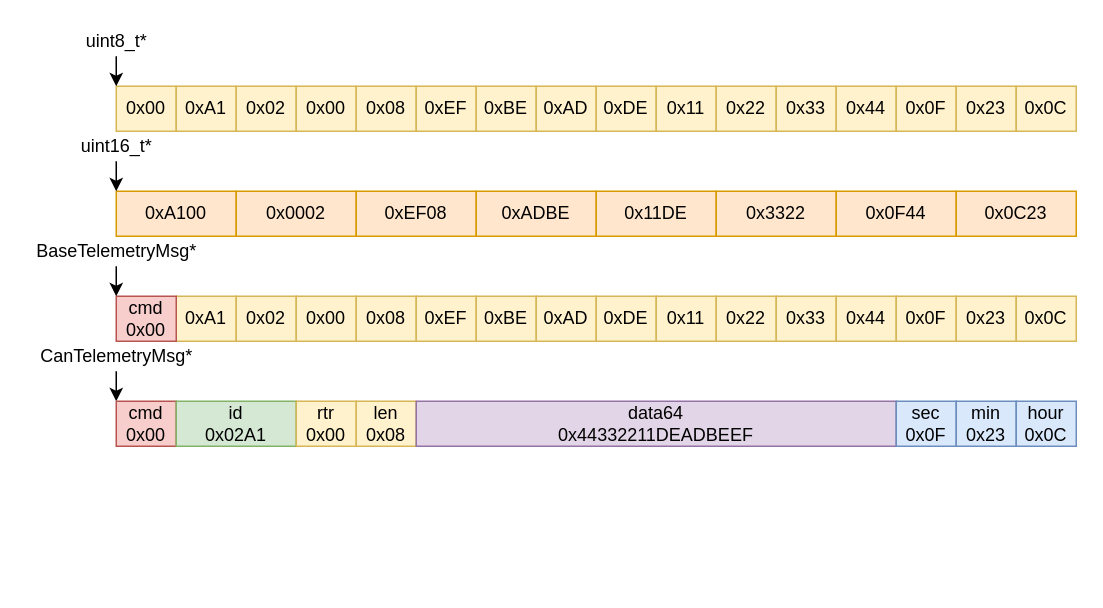
This is documentation/diagrams/MessageTypes.drawio from tjarker/Telemetry, a draw.io file, before an edit. Source tidied: cells renumbered, new cells numbered last; positions are measured from the earlier drawing's top-left corner, leaving out a move shared by most shapes. Both pictures are drawn from the tidied source at 150%, with x=0, y=0 at pixel (26, 26).
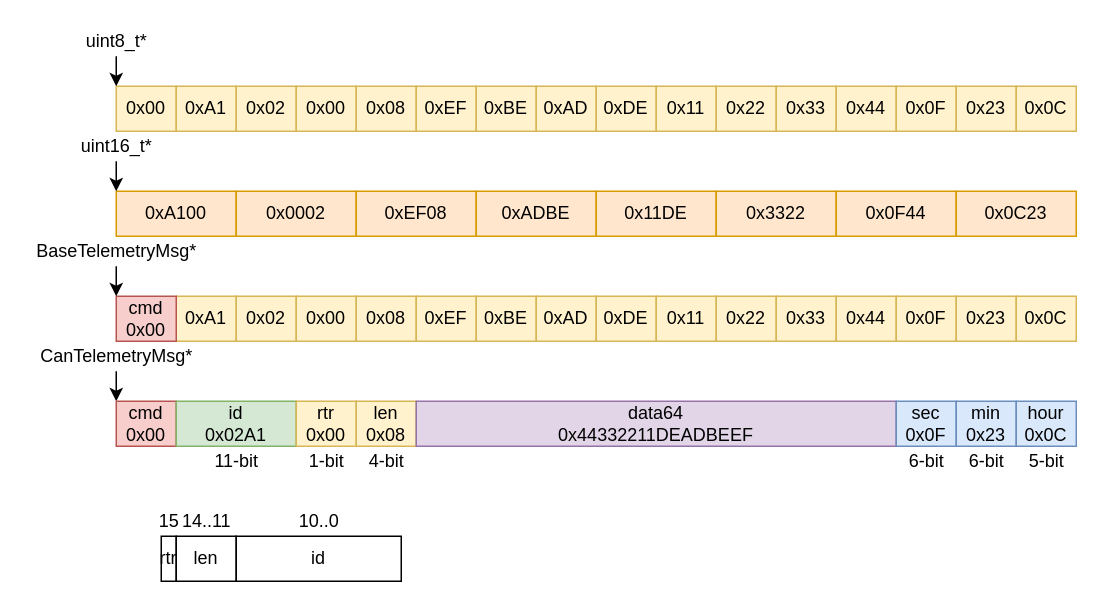
Above is the later version.

What changed in the source:
```diff
@@
+    <mxCell id="58" value="rtr" style="rounded=0;whiteSpace=wrap;html=1;" parent="1" vertex="1">
+      <mxGeometry x="90" y="340" width="10" height="30" as="geometry" />
+    </mxCell>
+    <mxCell id="59" value="15" style="text;html=1;align=center;verticalAlign=middle;" parent="1" vertex="1">
+      <mxGeometry x="80" y="320" width="30" height="20" as="geometry" />
+    </mxCell>
+    <mxCell id="60" value="len" style="rounded=0;whiteSpace=wrap;html=1;" parent="1" vertex="1">
+      <mxGeometry x="100" y="340" width="40" height="30" as="geometry" />
+    </mxCell>
+    <mxCell id="61" value="14..11" style="text;html=1;align=center;verticalAlign=middle;" parent="1" vertex="1">
+      <mxGeometry x="95" y="320" width="50" height="20" as="geometry" />
+    </mxCell>
+    <mxCell id="62" value="id" style="rounded=0;whiteSpace=wrap;html=1;" parent="1" vertex="1">
+      <mxGeometry x="140" y="340" width="110" height="30" as="geometry" />
+    </mxCell>
+    <mxCell id="63" value="10..0" style="text;html=1;align=center;verticalAlign=middle;" parent="1" vertex="1">
+      <mxGeometry x="175" y="320" width="40" height="20" as="geometry" />
+    </mxCell>
+    <mxCell id="64" value="6-bit" style="text;html=1;align=center;verticalAlign=middle;" parent="1" vertex="1">
+      <mxGeometry x="580" y="280" width="40" height="20" as="geometry" />
+    </mxCell>
+    <mxCell id="65" value="6-bit" style="text;html=1;align=center;verticalAlign=middle;" parent="1" vertex="1">
+      <mxGeometry x="620" y="280" width="40" height="20" as="geometry" />
+    </mxCell>
+    <mxCell id="66" value="5-bit" style="text;html=1;align=center;verticalAlign=middle;" parent="1" vertex="1">
+      <mxGeometry x="660" y="280" width="40" height="20" as="geometry" />
+    </mxCell>
+    <mxCell id="67" value="1-bit" style="text;html=1;align=center;verticalAlign=middle;" parent="1" vertex="1">
+      <mxGeometry x="180" y="280" width="40" height="20" as="geometry" />
+    </mxCell>
+    <mxCell id="68" value="4-bit" style="text;html=1;align=center;verticalAlign=middle;" parent="1" vertex="1">
+      <mxGeometry x="220" y="280" width="40" height="20" as="geometry" />
+    </mxCell>
+    <mxCell id="69" value="11-bit" style="text;html=1;align=center;verticalAlign=middle;" parent="1" vertex="1">
+      <mxGeometry x="120" y="280" width="40" height="20" as="geometry" />
+    </mxCell>
```
